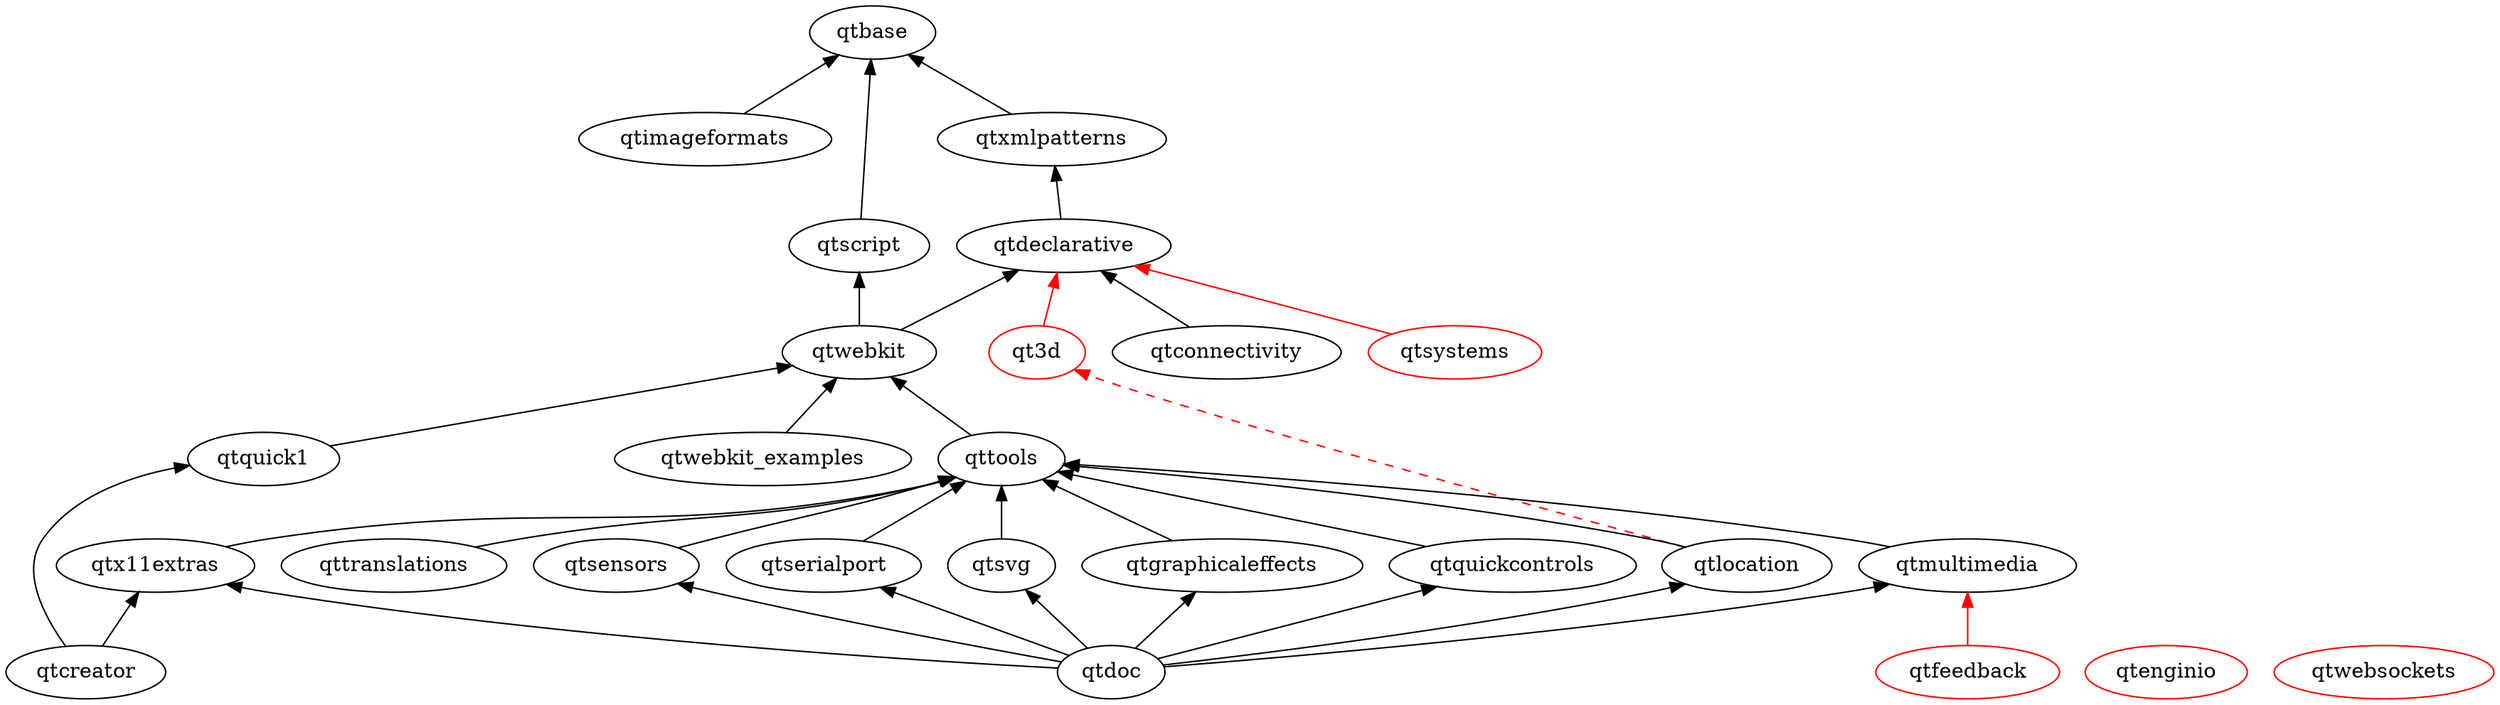
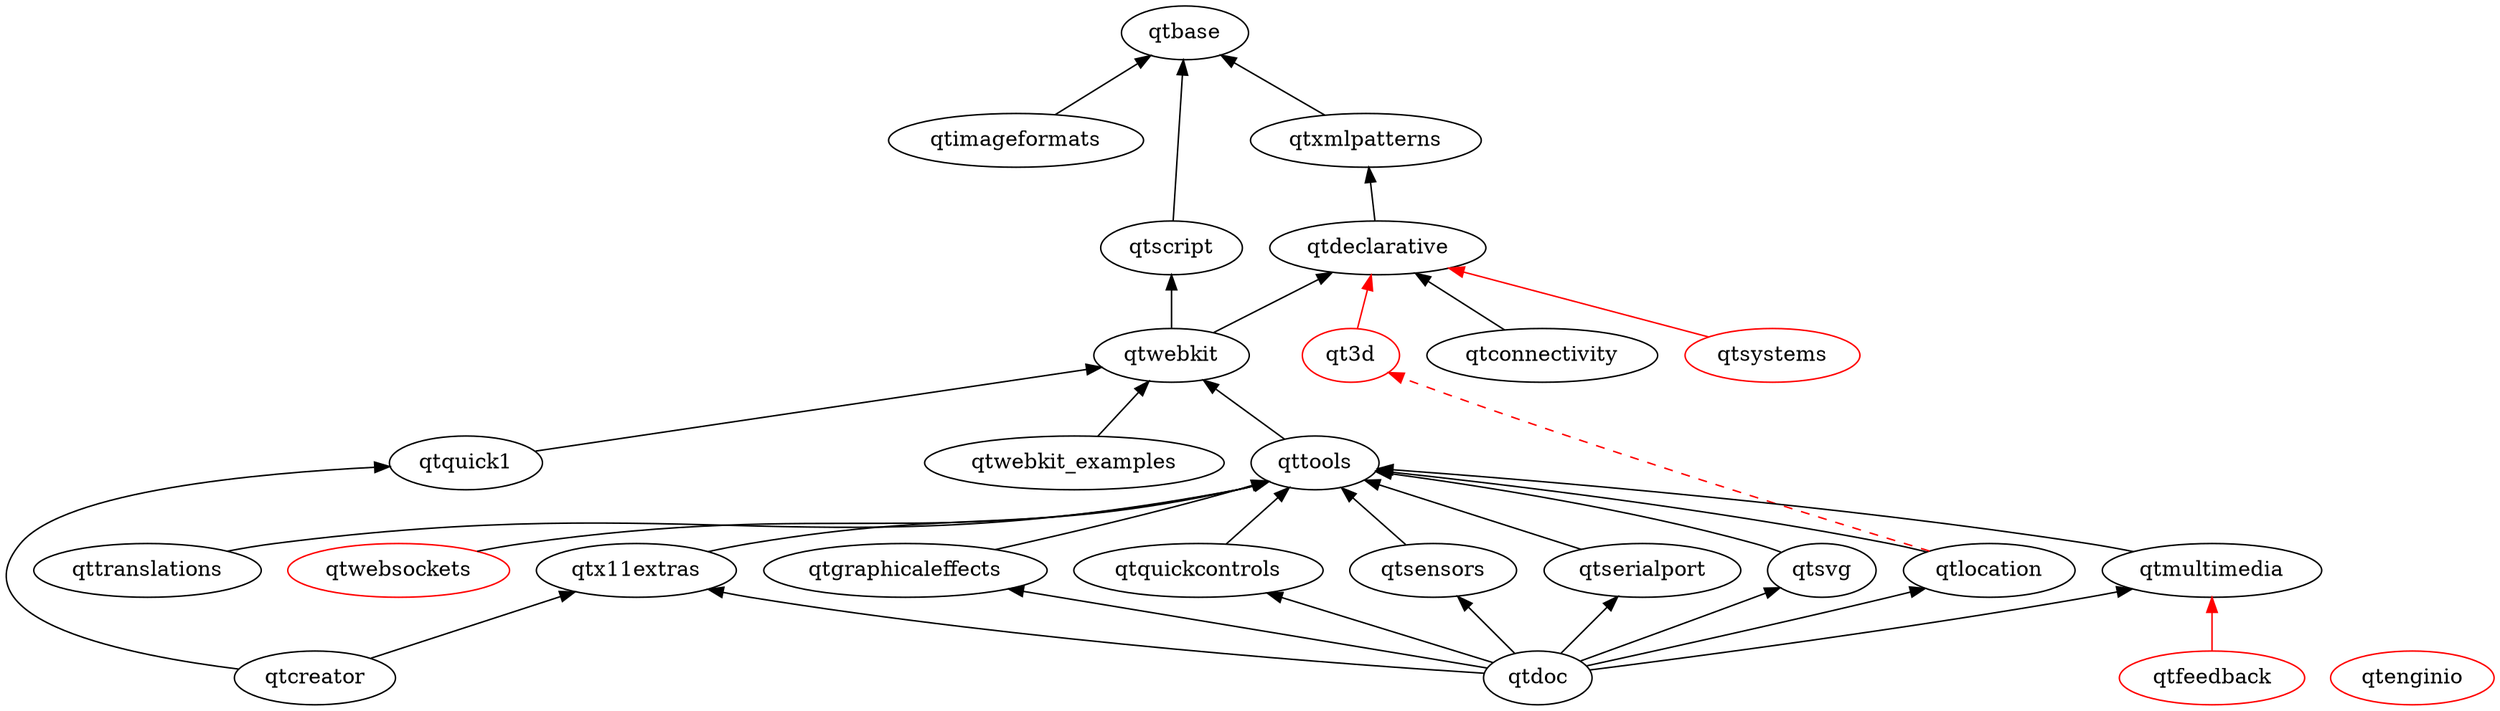
digraph qt5 {
  graph [
    rankdir = "BT"
  ]

  qt3d [ color = red ]
  qtbase
  qtconnectivity
  qtcreator
  qtdeclarative
  qtdoc
  qtenginio [ color = red ]
  qtfeedback [ color = red ]
  qtgraphicaleffects
  qtimageformats
  qtlocation
  qtmultimedia
  qtquick1
  qtquickcontrols
  qtscript
  qtsensors
  qtserialport
  qtsvg
  qtsystems [ color = red ]
  qttools
  qttranslations
  qtwebkit
  qtwebkit_examples
  qtwebsockets [ color = red ]
  qtx11extras
  qtxmlpatterns

  qtconnectivity -> qtdeclarative
  qtcreator -> qtx11extras
  qtcreator -> qtquick1
  qtdeclarative -> qtxmlpatterns
  qtdoc -> qtgraphicaleffects
  qtdoc -> qtmultimedia
  qtdoc -> qtlocation
  qtdoc -> qtquickcontrols
  qtdoc -> qtsensors
  qtdoc -> qtserialport
  qtdoc -> qtsvg
  qtdoc -> qtx11extras
  qtgraphicaleffects -> qttools
  qtimageformats -> qtbase
  qtmultimedia -> qttools
  qtquick1 -> qtwebkit
  qtquickcontrols -> qttools
  qtsensors -> qttools
  qtserialport -> qttools
  qtscript -> qtbase
  qtsvg -> qttools
  qttools -> qtwebkit
  qttranslations -> qttools
  qtwebkit -> qtscript
  qtwebkit -> qtdeclarative
  qtwebkit_examples -> qtwebkit
+   qtwebsockets -> qttools
  qtx11extras -> qttools
  qtxmlpatterns -> qtbase
  qtlocation -> qttools

  // unsure/not-uploaded
  qt3d -> qtdeclarative [ color = red ]
  qtfeedback -> qtmultimedia [ color = red ]
  qtlocation -> qt3d [color = red style = dashed]
  qtsystems -> qtdeclarative [ color = red ]
}
